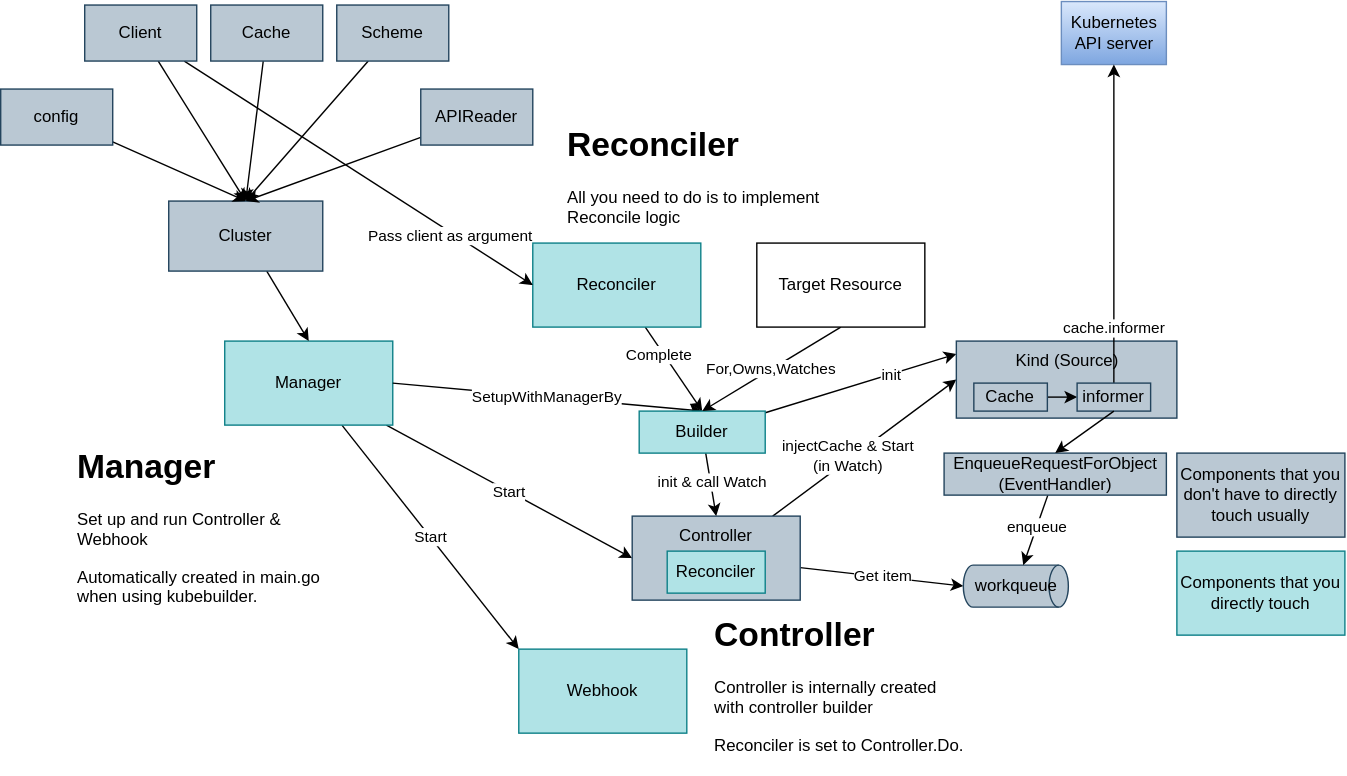
This is contents/kubernetes-operator/controller-runtime/diagram.drawio.svg from nakamasato/kubernetes-training, a draw.io export, as it was before one commit. Source tidied: cells renumbered, new cells last; positions are measured from the earlier drawing's top-left corner, leaving out a move shared by most shapes.
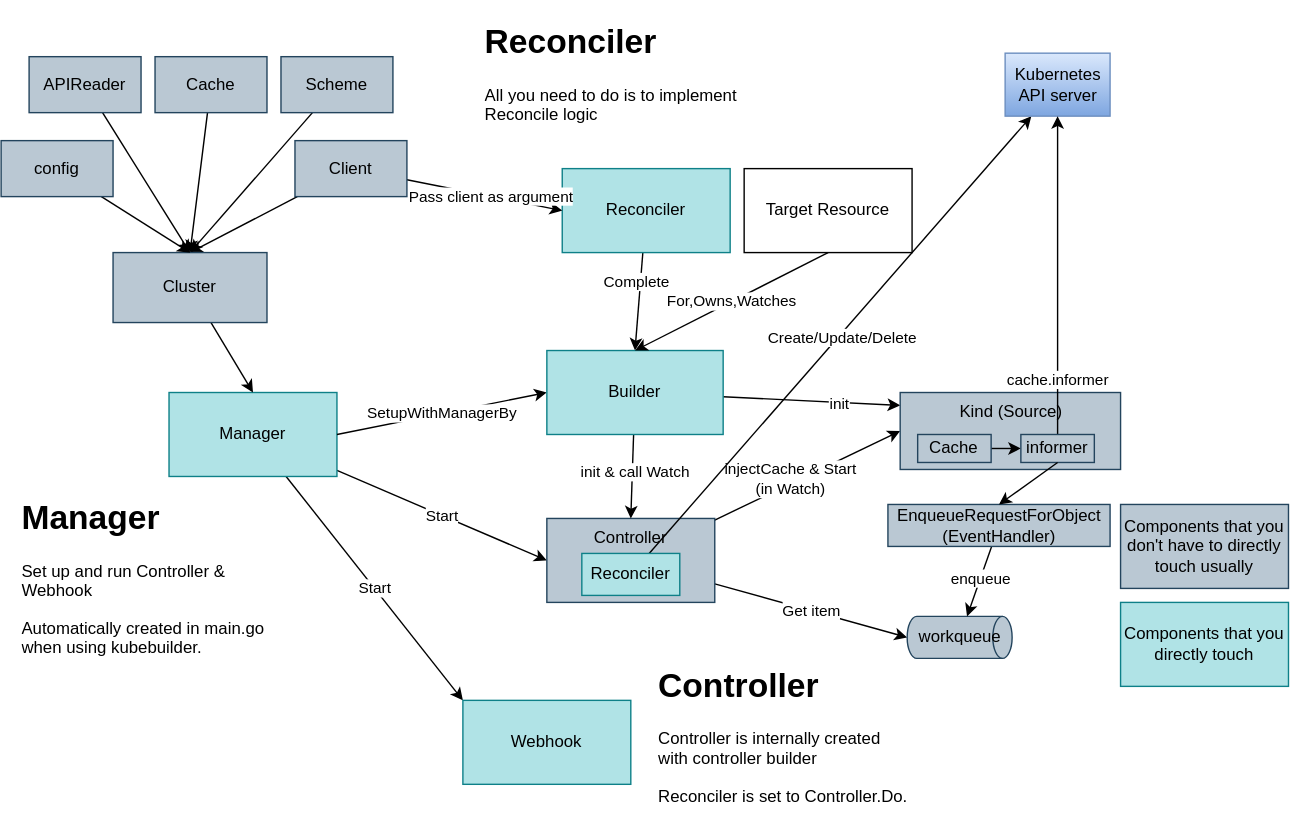
Above is the later version.

What changed in the source:
```diff
@@ -18,19 +18,19 @@
       <mxGeometry relative="1" as="geometry" />
     </mxCell>
     <mxCell id="7" value="Controller" style="rounded=0;whiteSpace=wrap;html=1;fillColor=#bac8d3;strokeColor=#23445d;verticalAlign=top;" parent="1" vertex="1">
-      <mxGeometry x="451" y="367" width="120" height="60" as="geometry" />
+      <mxGeometry x="430" y="332" width="120" height="60" as="geometry" />
     </mxCell>
     <mxCell id="8" value="Webhook" style="rounded=0;whiteSpace=wrap;html=1;fillColor=#b0e3e6;strokeColor=#0e8088;" parent="1" vertex="1">
       <mxGeometry x="370" y="462" width="120" height="60" as="geometry" />
     </mxCell>
-    <mxCell id="9" value="SetupWithManagerBy" style="edgeStyle=none;html=1;entryX=0.5;entryY=0;entryDx=0;entryDy=0;exitX=1;exitY=0.5;exitDx=0;exitDy=0;" parent="1" edge="1" source="4" target="30">
+    <mxCell id="9" value="SetupWithManagerBy" style="edgeStyle=none;html=1;entryX=0;entryY=0.5;entryDx=0;entryDy=0;exitX=1;exitY=0.5;exitDx=0;exitDy=0;" parent="1" edge="1" source="4" target="30">
       <mxGeometry relative="1" as="geometry" />
     </mxCell>
     <mxCell id="10" value="Complete" style="edgeStyle=none;html=1;entryX=0.5;entryY=0;entryDx=0;entryDy=0;" parent="1" edge="1" source="11" target="30">
       <mxGeometry x="-0.39" y="-3" relative="1" as="geometry" />
     </mxCell>
     <mxCell id="11" value="Reconciler" style="rounded=0;whiteSpace=wrap;html=1;fillColor=#b0e3e6;strokeColor=#0e8088;" parent="1" vertex="1">
-      <mxGeometry x="380" y="172" width="120" height="60" as="geometry" />
+      <mxGeometry x="441" y="82" width="120" height="60" as="geometry" />
     </mxCell>
     <mxCell id="12" style="edgeStyle=none;html=1;entryX=0.5;entryY=0;entryDx=0;entryDy=0;" parent="1" edge="1" source="15" target="32">
       <mxGeometry relative="1" as="geometry" />
@@ -39,10 +39,12 @@
       <mxGeometry relative="1" as="geometry" />
     </mxCell>
     <mxCell id="14" value="Pass client as argument" style="edgeLabel;html=1;align=center;verticalAlign=middle;" parent="13" vertex="1">
-      <mxGeometry x="0.53" y="-2" relative="1" as="geometry" />
+      <mxGeometry x="0.53" y="-2" relative="1" as="geometry">
+        <mxPoint x="-25" y="-7" as="offset" />
+      </mxGeometry>
     </mxCell>
     <mxCell id="15" value="Client" style="rounded=0;whiteSpace=wrap;html=1;fillColor=#bac8d3;strokeColor=#23445d;" parent="1" vertex="1">
-      <mxGeometry x="60" y="2" width="80" height="40" as="geometry" />
+      <mxGeometry x="250" y="62" width="80" height="40" as="geometry" />
     </mxCell>
     <mxCell id="16" style="edgeStyle=none;html=1;entryX=0.5;entryY=0;entryDx=0;entryDy=0;" parent="1" edge="1" source="17" target="32">
       <mxGeometry relative="1" as="geometry" />
@@ -57,13 +59,21 @@
       <mxGeometry x="240" y="2" width="80" height="40" as="geometry" />
     </mxCell>
     <mxCell id="20" value="&lt;h1&gt;Reconciler&lt;/h1&gt;&lt;p&gt;All you need to do is to implement Reconcile logic&lt;/p&gt;" style="text;html=1;strokeColor=none;fillColor=none;spacing=5;spacingTop=-20;whiteSpace=wrap;overflow=hidden;rounded=0;" parent="1" vertex="1">
-      <mxGeometry x="400" y="82" width="190" height="90" as="geometry" />
+      <mxGeometry x="381" y="-28" width="190" height="90" as="geometry" />
     </mxCell>
     <mxCell id="21" value="&lt;h1&gt;Manager&lt;/h1&gt;&lt;p&gt;Set up and run Controller &amp;amp; Webhook&lt;/p&gt;&lt;p&gt;Automatically created in main.go when using kubebuilder.&lt;/p&gt;" style="text;html=1;strokeColor=none;fillColor=none;spacing=5;spacingTop=-20;whiteSpace=wrap;overflow=hidden;rounded=0;" parent="1" vertex="1">
       <mxGeometry x="50" y="312" width="190" height="120" as="geometry" />
     </mxCell>
+    <mxCell id="51" style="edgeStyle=none;html=1;entryX=0.25;entryY=1;entryDx=0;entryDy=0;" parent="1" edge="1" source="22" target="38">
+      <mxGeometry relative="1" as="geometry" />
+    </mxCell>
+    <mxCell id="52" value="Create/Update/Delete" style="edgeLabel;html=1;align=center;verticalAlign=middle;" parent="51" vertex="1">
+      <mxGeometry x="0.1" y="2" relative="1" as="geometry">
+        <mxPoint x="-11" y="18" as="offset" />
+      </mxGeometry>
+    </mxCell>
     <mxCell id="22" value="Reconciler" style="rounded=0;whiteSpace=wrap;html=1;fillColor=#b0e3e6;strokeColor=#0e8088;" parent="1" vertex="1">
-      <mxGeometry x="476" y="392" width="70" height="30" as="geometry" />
+      <mxGeometry x="455" y="357" width="70" height="30" as="geometry" />
     </mxCell>
     <mxCell id="23" value="Components that you directly touch" style="rounded=0;whiteSpace=wrap;html=1;fillColor=#b0e3e6;strokeColor=#0e8088;" parent="1" vertex="1">
       <mxGeometry x="840" y="392" width="120" height="60" as="geometry" />
@@ -89,7 +99,7 @@
       <mxGeometry x="0.31" relative="1" as="geometry" />
     </mxCell>
     <mxCell id="30" value="Builder" style="rounded=0;whiteSpace=wrap;html=1;fillColor=#b0e3e6;strokeColor=#0e8088;verticalAlign=middle;" parent="1" vertex="1">
-      <mxGeometry x="456" y="292" width="90" height="30" as="geometry" />
+      <mxGeometry x="430" y="212" width="126" height="60" as="geometry" />
     </mxCell>
     <mxCell id="31" style="edgeStyle=none;html=1;entryX=0.5;entryY=0;entryDx=0;entryDy=0;" parent="1" edge="1" source="32" target="4">
       <mxGeometry relative="1" as="geometry" />
@@ -101,13 +111,13 @@
       <mxGeometry relative="1" as="geometry" />
     </mxCell>
     <mxCell id="34" value="config" style="rounded=0;whiteSpace=wrap;html=1;fillColor=#bac8d3;strokeColor=#23445d;" parent="1" vertex="1">
-      <mxGeometry y="62" width="80" height="40" as="geometry" />
+      <mxGeometry x="40" y="62" width="80" height="40" as="geometry" />
     </mxCell>
     <mxCell id="35" style="edgeStyle=none;html=1;entryX=0.5;entryY=0;entryDx=0;entryDy=0;" parent="1" edge="1" source="36" target="32">
       <mxGeometry relative="1" as="geometry" />
     </mxCell>
     <mxCell id="36" value="APIReader" style="rounded=0;whiteSpace=wrap;html=1;fillColor=#bac8d3;strokeColor=#23445d;" parent="1" vertex="1">
-      <mxGeometry x="300" y="62" width="80" height="40" as="geometry" />
+      <mxGeometry x="60" y="2" width="80" height="40" as="geometry" />
     </mxCell>
     <mxCell id="37" value="Kind (Source)" style="rounded=0;whiteSpace=wrap;html=1;fillColor=#bac8d3;strokeColor=#23445d;verticalAlign=top;" parent="1" vertex="1">
       <mxGeometry x="682.5" y="242" width="157.5" height="55" as="geometry" />
@@ -131,7 +141,7 @@
       <mxGeometry relative="1" as="geometry" />
     </mxCell>
     <mxCell id="44" value="Target Resource" style="rounded=0;whiteSpace=wrap;html=1;strokeWidth=1;" parent="1" vertex="1">
-      <mxGeometry x="540" y="172" width="120" height="60" as="geometry" />
+      <mxGeometry x="571" y="82" width="120" height="60" as="geometry" />
     </mxCell>
     <mxCell id="45" style="edgeStyle=none;html=1;" parent="1" edge="1" source="46" target="49">
       <mxGeometry relative="1" as="geometry" />
```
